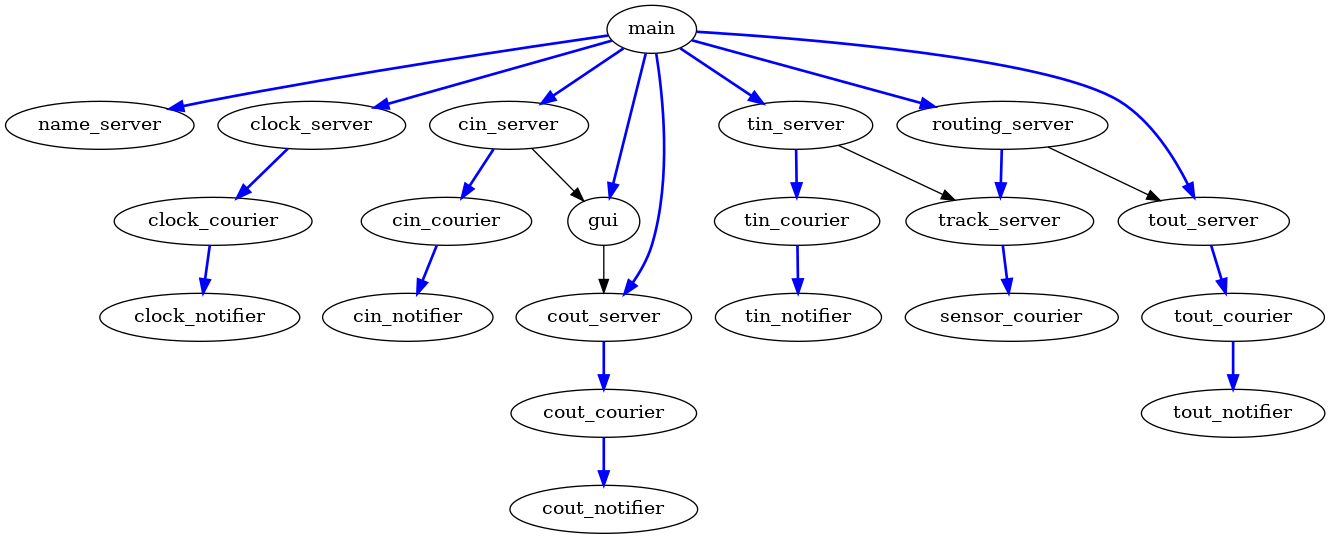
The Graphviz diagram src/tasks.png in Labdabeta/trains, before a commit. Its source is kept beside it as src/tasks.dot.
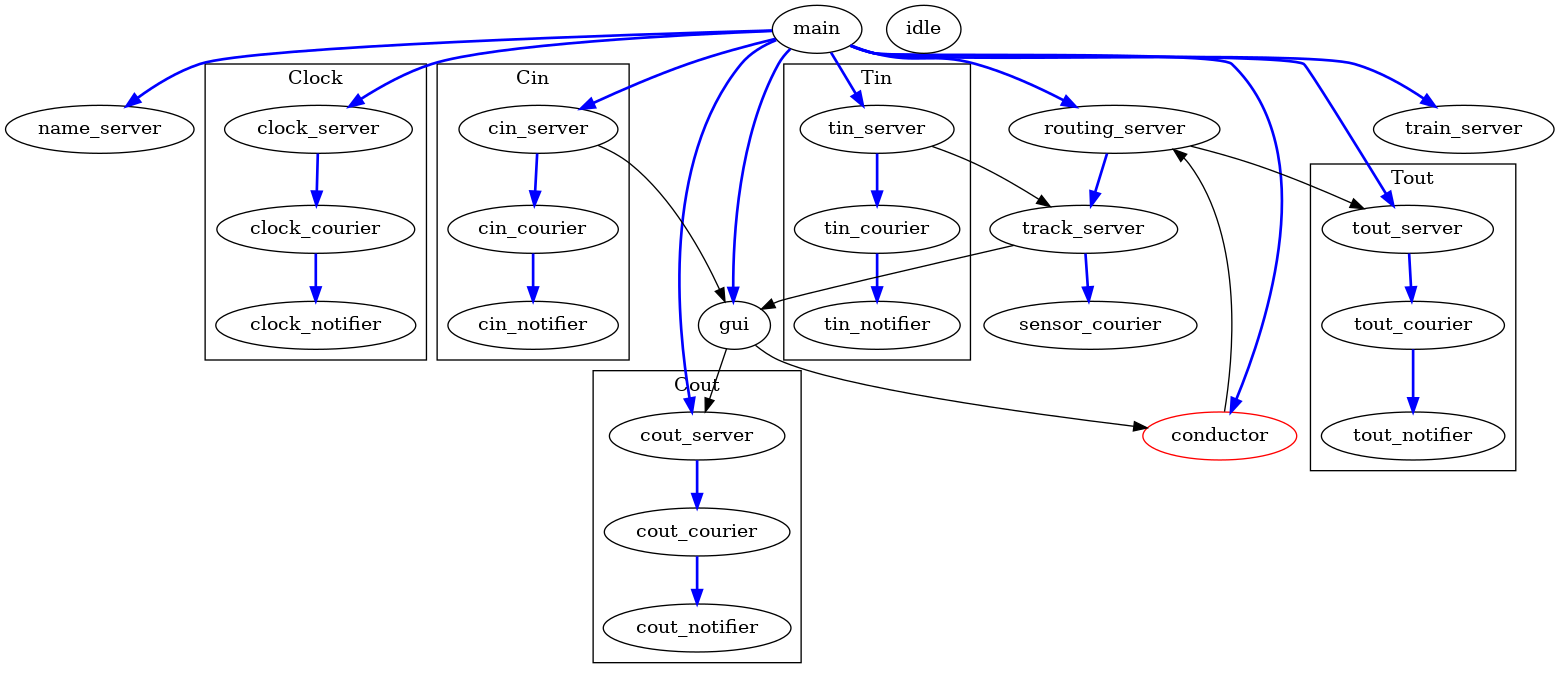
After the commit.

Change to the diagram source:
```diff
@@ -1,15 +1,40 @@
 digraph Tasks {
+    compound=true;
+
     /* The tasks */
     main;
     name_server;
-    clock_server; clock_courier; clock_notifier;
-    cin_server; cin_courier; cin_notifier;
-    cout_server; cout_courier; cout_notifier;
-    tin_server; tin_courier; tin_notifier;
-    tout_server; tout_courier; tout_notifier;
+
+    subgraph cluster_clock {
+        clock_server; clock_courier; clock_notifier;
+        label="Clock";
+    }
+
+    subgraph cluster_cin {
+        cin_server; cin_courier; cin_notifier;
+        label="Cin";
+    }
+
+    subgraph cluster_cout {
+        cout_server; cout_courier; cout_notifier;
+        label="Cout";
+    }
+
+    subgraph cluster_tin {
+        tin_server; tin_courier; tin_notifier;
+        label="Tin";
+    }
+
+    subgraph cluster_tout {
+        tout_server; tout_courier; tout_notifier;
+        label="Tout";
+    }
+
     routing_server;
     track_server; sensor_courier;
     gui;
+    conductor[color=red];
+    idle;
 
     /* Creations */
     edge [style=bold, color=blue];
@@ -20,7 +45,9 @@
     main -> tin_server;
     main -> tout_server;
     main -> routing_server;
+    main -> train_server;
     main -> gui;
+    main -> conductor;
     clock_server -> clock_courier;
     cin_server -> cin_courier;
     cout_server -> cout_courier;
@@ -40,5 +67,7 @@
     routing_server -> tout_server;
     cin_server -> gui;
     gui -> cout_server;
-    /* TODO */
+    gui -> conductor;
+    conductor -> routing_server;
+    track_server -> gui;
 }
```
